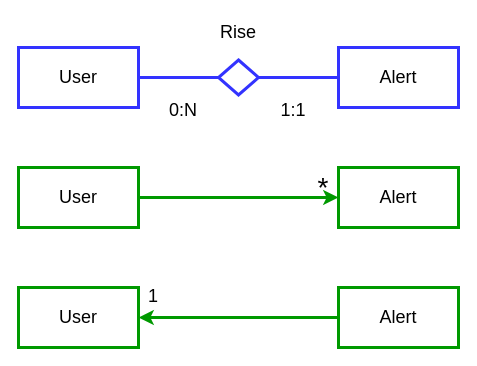
Above: page "User - Alert" (2 of 12) of Diagrams/relationships.drawio in matteovisotto/DB2-SirianiVisotto (draw.io), before the change. Source tidied: cells renumbered, new cells numbered last; positions are measured from the earlier drawing's top-left corner, leaving out a move shared by most shapes. Both pictures are drawn from the tidied source at 100%, with x=0, y=0 at pixel (18, 17).
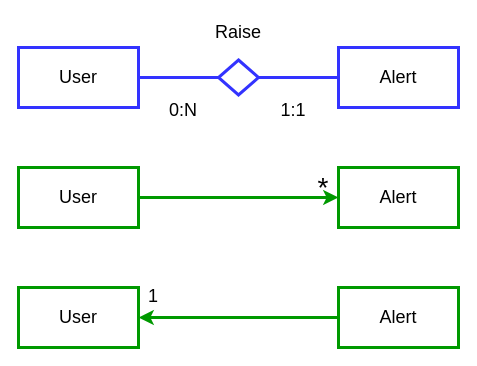
After the change.

The edit, as a diff of the source:
```diff
@@
 <mxGraphModel>
   <root>
     <mxCell id="0" />
     <mxCell id="1" parent="0" />
     <mxCell id="2" style="edgeStyle=orthogonalEdgeStyle;rounded=0;jettySize=auto;html=1;entryX=0;entryY=0.5;entryDx=0;entryDy=0;endArrow=none;endFill=0;strokeColor=#3333FF;strokeWidth=3;" parent="1" edge="1" source="3" target="5">
       <mxGeometry relative="1" as="geometry" />
     </mxCell>
     <mxCell id="3" value="User" style="rounded=0;whiteSpace=wrap;html=1;strokeColor=#3333FF;strokeWidth=3;fontSize=18;" parent="1" vertex="1">
       <mxGeometry y="30" width="120" height="60" as="geometry" />
     </mxCell>
     <mxCell id="4" style="edgeStyle=orthogonalEdgeStyle;rounded=0;jettySize=auto;html=1;endArrow=none;endFill=0;strokeColor=#3333FF;strokeWidth=3;" parent="1" edge="1" source="5" target="6">
       <mxGeometry relative="1" as="geometry" />
     </mxCell>
     <mxCell id="5" style="rhombus;whiteSpace=wrap;html=1;strokeColor=#3333FF;strokeWidth=3;" parent="1" vertex="1">
       <mxGeometry x="200" y="42.5" width="40" height="35" as="geometry" />
     </mxCell>
     <mxCell id="6" value="Alert" style="rounded=0;whiteSpace=wrap;html=1;strokeColor=#3333FF;strokeWidth=3;fontSize=18;" parent="1" vertex="1">
       <mxGeometry x="320" y="30" width="120" height="60" as="geometry" />
     </mxCell>
     <mxCell id="7" style="edgeStyle=orthogonalEdgeStyle;rounded=0;jettySize=auto;html=1;endArrow=classic;endFill=1;strokeColor=#009900;strokeWidth=3;" parent="1" edge="1" source="8" target="9">
       <mxGeometry relative="1" as="geometry" />
     </mxCell>
     <mxCell id="8" value="User" style="rounded=0;whiteSpace=wrap;html=1;strokeColor=#009900;strokeWidth=3;fontSize=18;" parent="1" vertex="1">
       <mxGeometry y="150" width="120" height="60" as="geometry" />
     </mxCell>
     <mxCell id="9" value="Alert" style="rounded=0;whiteSpace=wrap;html=1;strokeColor=#009900;strokeWidth=3;fontSize=18;" parent="1" vertex="1">
       <mxGeometry x="320" y="150" width="120" height="60" as="geometry" />
     </mxCell>
     <mxCell id="10" value="User" style="rounded=0;whiteSpace=wrap;html=1;strokeColor=#009900;strokeWidth=3;fontSize=18;" parent="1" vertex="1">
       <mxGeometry y="270" width="120" height="60" as="geometry" />
     </mxCell>
     <mxCell id="11" style="edgeStyle=orthogonalEdgeStyle;rounded=0;jettySize=auto;html=1;endArrow=classic;endFill=1;strokeColor=#009900;strokeWidth=3;" parent="1" edge="1" source="12" target="10">
       <mxGeometry relative="1" as="geometry" />
     </mxCell>
     <mxCell id="12" value="Alert" style="rounded=0;whiteSpace=wrap;html=1;strokeColor=#009900;strokeWidth=3;fontSize=18;" parent="1" vertex="1">
       <mxGeometry x="320" y="270" width="120" height="60" as="geometry" />
     </mxCell>
-    <mxCell id="13" value="&lt;font style=&quot;font-size: 18px&quot;&gt;Rise&lt;br&gt;&lt;/font&gt;" style="text;html=1;strokeColor=none;fillColor=none;align=center;verticalAlign=middle;whiteSpace=wrap;rounded=0;" parent="1" vertex="1">
+    <mxCell id="13" value="&lt;font style=&quot;font-size: 18px&quot;&gt;Raise&lt;br&gt;&lt;/font&gt;" style="text;html=1;strokeColor=none;fillColor=none;align=center;verticalAlign=middle;whiteSpace=wrap;rounded=0;" parent="1" vertex="1">
       <mxGeometry x="190" width="60" height="30" as="geometry" />
     </mxCell>
     <mxCell id="14" value="&lt;font style=&quot;font-size: 18px&quot;&gt;0:N&lt;/font&gt;" style="text;html=1;strokeColor=none;fillColor=none;align=center;verticalAlign=middle;whiteSpace=wrap;rounded=0;" parent="1" vertex="1">
       <mxGeometry x="140" y="77.5" width="50" height="30" as="geometry" />
     </mxCell>
     <mxCell id="15" value="&lt;font style=&quot;font-size: 18px&quot;&gt;1:1&lt;/font&gt;" style="text;html=1;strokeColor=none;fillColor=none;align=center;verticalAlign=middle;whiteSpace=wrap;rounded=0;" parent="1" vertex="1">
       <mxGeometry x="250" y="77.5" width="50" height="30" as="geometry" />
     </mxCell>
     <mxCell id="16" value="&lt;font style=&quot;font-size: 28px&quot;&gt;*&lt;/font&gt;" style="text;html=1;strokeColor=none;fillColor=none;align=center;verticalAlign=middle;whiteSpace=wrap;rounded=0;fontSize=18;" parent="1" vertex="1">
       <mxGeometry x="280" y="160" width="50" height="20" as="geometry" />
     </mxCell>
     <mxCell id="17" value="&lt;font style=&quot;font-size: 18px&quot;&gt;1&lt;/font&gt;" style="text;html=1;strokeColor=none;fillColor=none;align=center;verticalAlign=middle;whiteSpace=wrap;rounded=0;fontSize=28;" parent="1" vertex="1">
       <mxGeometry x="120" y="260" width="30" height="30" as="geometry" />
     </mxCell>
   </root>
 </mxGraphModel>
```
